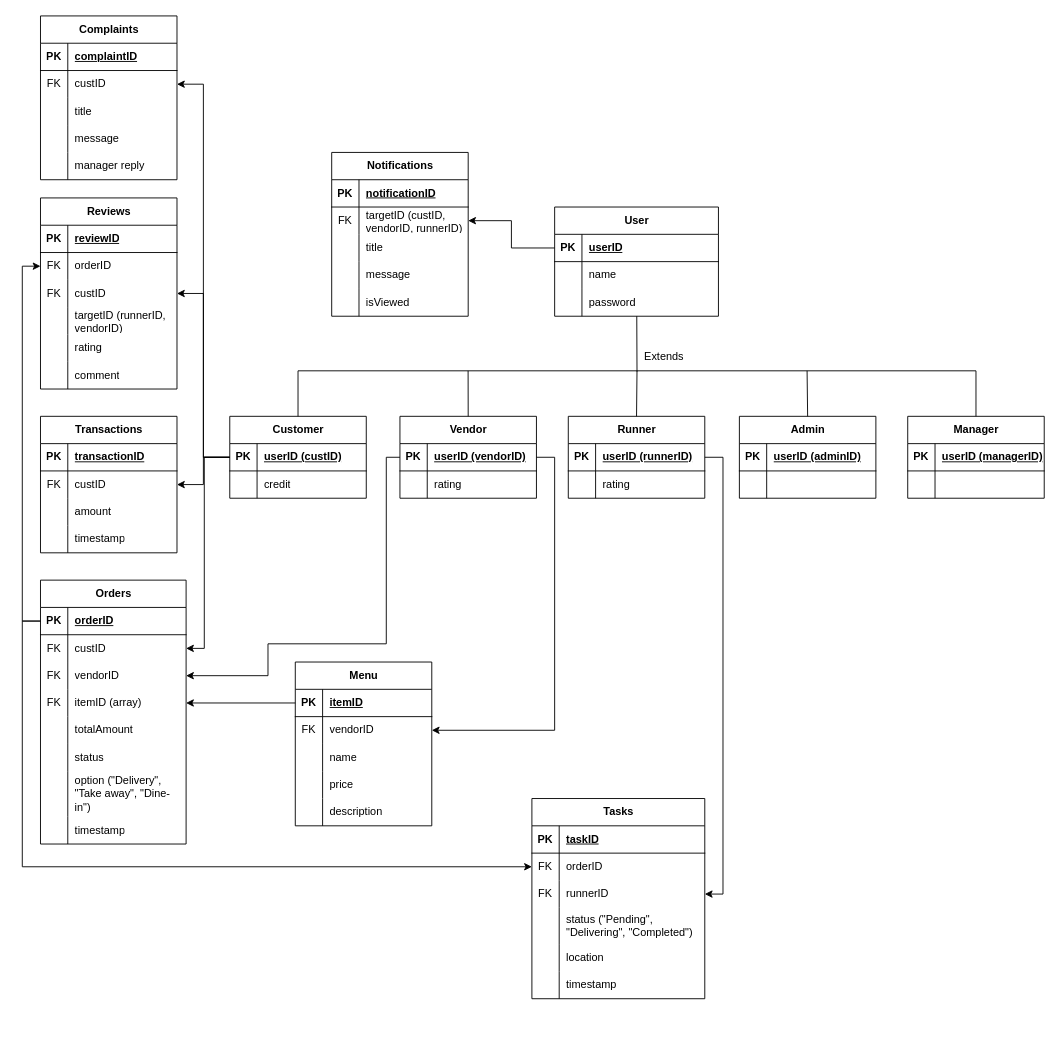
Before: ERD (draft).drawio in CodingHub8/Food_Ordering_System, a draw.io diagram. Source tidied: cells renumbered, new cells numbered last; positions are measured from the earlier drawing's top-left corner, leaving out a move shared by most shapes. Both pictures are drawn from the tidied source at 91%, with x=0, y=0 at pixel (40, 15).
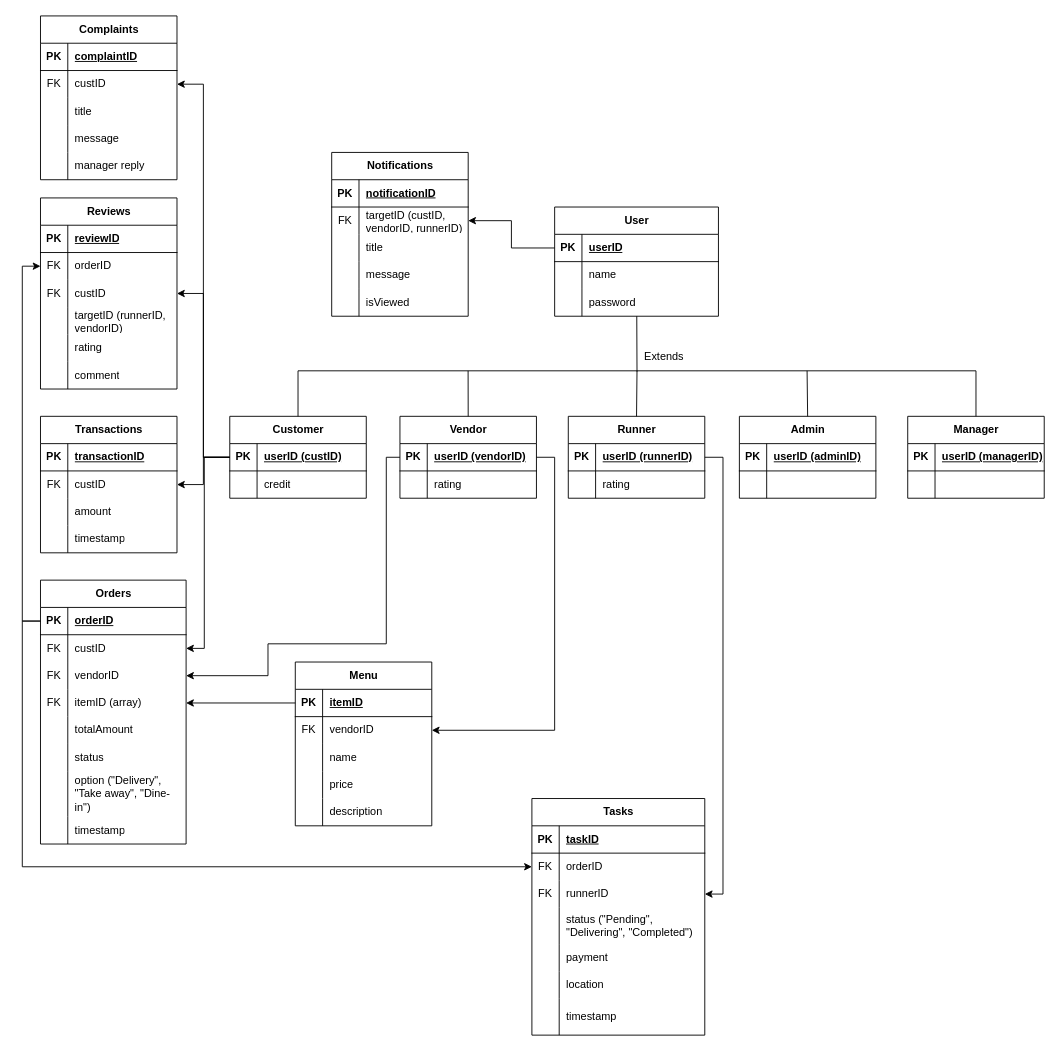
Above is the later version.

The change refers to these unchanged cells:
```xml
<mxCell id="118" style="shape=tableRow;horizontal=0;startSize=0;swimlaneHead=0;swimlaneBody=0;fillColor=none;top=0;left=0;right=0;bottom=0;" parent="105" vertex="1">
  <mxGeometry y="160" width="190" height="30" as="geometry" />
</mxCell>
<mxCell id="121" style="shape=tableRow;horizontal=0;startSize=0;swimlaneHead=0;swimlaneBody=0;fillColor=none;top=0;left=0;right=0;bottom=0;" parent="105" vertex="1">
  <mxGeometry y="190" width="190" height="30" as="geometry" />
</mxCell>
```

What changed in the source:
```diff
@@
     <mxCell id="105" value="Tasks" style="shape=table;startSize=30;childLayout=tableLayout;rowLines=0;fontStyle=1;align=center;html=1;" parent="1" vertex="1">
-      <mxGeometry x="540" y="860" width="190" height="220" as="geometry" />
+      <mxGeometry x="540" y="860" width="190" height="260" as="geometry" />
     </mxCell>
@@
-    <mxCell id="120" value="location" style="shape=partialRectangle;fillColor=none;top=0;left=0;bottom=0;right=0;align=left;spacingLeft=6;overflow=hidden;whiteSpace=wrap;html=1;" parent="118" vertex="1">
+    <mxCell id="120" value="payment" style="shape=partialRectangle;fillColor=none;top=0;left=0;bottom=0;right=0;align=left;spacingLeft=6;overflow=hidden;whiteSpace=wrap;html=1;" parent="118" vertex="1">
       <mxGeometry x="30" width="160" height="30" as="geometry" />
     </mxCell>
@@
-    <mxCell id="123" value="timestamp" style="shape=partialRectangle;fillColor=none;top=0;left=0;bottom=0;right=0;align=left;spacingLeft=6;overflow=hidden;whiteSpace=wrap;html=1;" parent="121" vertex="1">
+    <mxCell id="123" value="location" style="shape=partialRectangle;fillColor=none;top=0;left=0;bottom=0;right=0;align=left;spacingLeft=6;overflow=hidden;whiteSpace=wrap;html=1;" parent="121" vertex="1">
       <mxGeometry x="30" width="160" height="30" as="geometry" />
     </mxCell>
+    <mxCell id="191" style="shape=tableRow;horizontal=0;startSize=0;swimlaneHead=0;swimlaneBody=0;fillColor=none;top=0;left=0;right=0;bottom=0;" parent="105" vertex="1">
+      <mxGeometry y="220" width="190" height="40" as="geometry" />
+    </mxCell>
+    <mxCell id="192" style="shape=partialRectangle;fillColor=none;top=0;left=0;bottom=0;right=0;overflow=hidden;whiteSpace=wrap;html=1;" parent="191" vertex="1">
+      <mxGeometry width="30" height="40" as="geometry" />
+    </mxCell>
+    <mxCell id="193" value="timestamp" style="shape=partialRectangle;fillColor=none;top=0;left=0;bottom=0;right=0;align=left;spacingLeft=6;overflow=hidden;whiteSpace=wrap;html=1;" parent="191" vertex="1">
+      <mxGeometry x="30" width="160" height="40" as="geometry" />
+    </mxCell>
```
